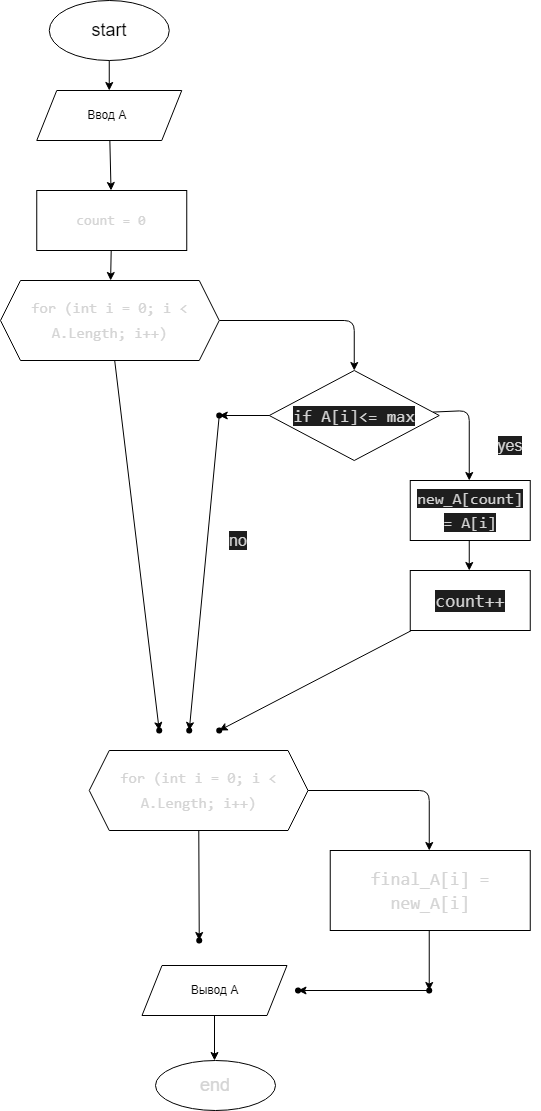
JuliaSukhova/Result keeps this draw.io diagram as itog/diagram.drawio.png. Above is the earlier version. Source tidied: cells renumbered, new cells last; positions are measured from the earlier drawing's top-left corner, leaving out a move shared by most shapes.
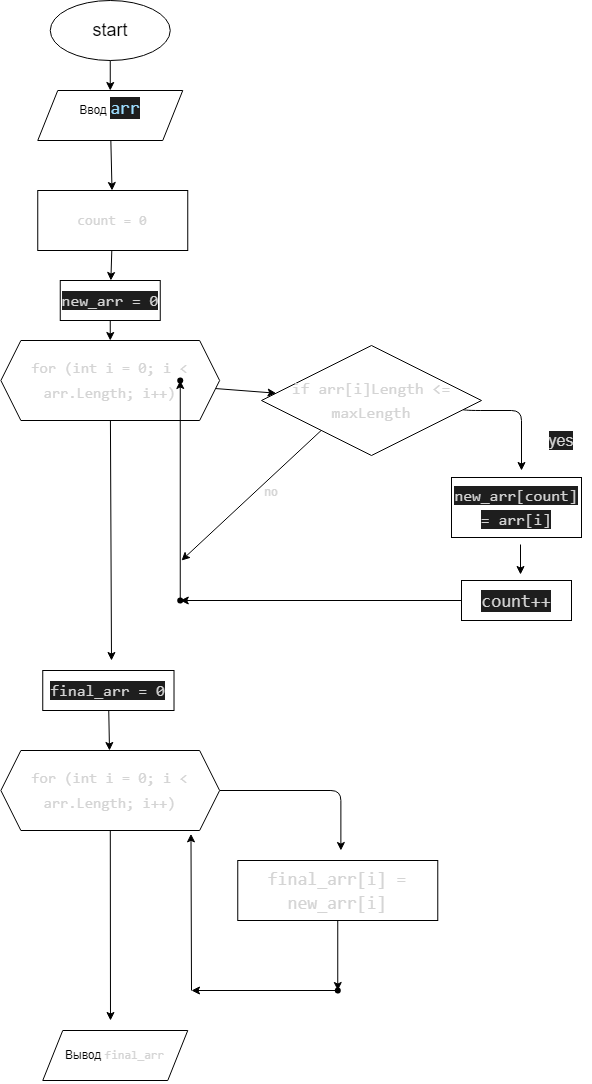
After the commit.

Commit message:
Блок схема, исправление

The edit, as a diff of the source:
```diff
@@ -13,124 +13,128 @@
     <mxCell id="4" style="edgeStyle=none;html=1;" parent="1" edge="1" source="5" target="7">
       <mxGeometry relative="1" as="geometry" />
     </mxCell>
-    <mxCell id="5" value="Ввод А&amp;nbsp;" style="shape=parallelogram;perimeter=parallelogramPerimeter;whiteSpace=wrap;html=1;fixedSize=1;" parent="1" vertex="1">
+    <mxCell id="5" value="Ввод&amp;nbsp;&lt;span style=&quot;color: rgb(156, 220, 254); background-color: rgb(30, 30, 30); font-family: Consolas, &amp;quot;Courier New&amp;quot;, monospace; font-size: 18px;&quot;&gt;arr&lt;/span&gt;&lt;br&gt;&lt;span style=&quot;background-color: initial;&quot;&gt;&amp;nbsp;&lt;/span&gt;" style="shape=parallelogram;perimeter=parallelogramPerimeter;whiteSpace=wrap;html=1;fixedSize=1;" parent="1" vertex="1">
       <mxGeometry x="36.2" y="90" width="145" height="50" as="geometry" />
     </mxCell>
-    <mxCell id="6" style="edgeStyle=none;html=1;fontSize=14;fontColor=#D4D4D4;" parent="1" edge="1" source="7" target="10">
-      <mxGeometry relative="1" as="geometry" />
-    </mxCell>
+    <mxCell id="37" style="edgeStyle=none;html=1;fontSize=12;fontColor=#D4D4D4;" parent="1" edge="1" source="7" target="48">
+      <mxGeometry relative="1" as="geometry" />
+    </mxCell>
     <mxCell id="7" value="&lt;div style=&quot;font-family: Consolas, &amp;quot;Courier New&amp;quot;, monospace; font-size: 14px; line-height: 24px;&quot;&gt;&lt;font style=&quot;&quot; color=&quot;#d4d4d4&quot;&gt;count = 0&lt;/font&gt;&lt;/div&gt;" style="whiteSpace=wrap;html=1;" parent="1" vertex="1">
       <mxGeometry x="36.2" y="190" width="150" height="60" as="geometry" />
     </mxCell>
+    <mxCell id="9" style="edgeStyle=none;html=1;fontSize=16;fontColor=#D4D4D4;" parent="1" edge="1" source="10">
+      <mxGeometry relative="1" as="geometry">
+        <mxPoint x="110" y="660" as="targetPoint" />
+      </mxGeometry>
+    </mxCell>
-    <mxCell id="8" style="edgeStyle=none;html=1;fontSize=15;fontColor=#D4D4D4;entryX=0.5;entryY=0;entryDx=0;entryDy=0;" parent="1" edge="1" source="10" target="13">
-      <mxGeometry relative="1" as="geometry">
-        <Array as="points">
-          <mxPoint x="353.8" y="320" />
-        </Array>
-      </mxGeometry>
+    <mxCell id="8" style="edgeStyle=none;html=1;fontSize=12;fontColor=#D4D4D4;" parent="1" edge="1" source="10" target="13">
+      <mxGeometry relative="1" as="geometry" />
     </mxCell>
-    <mxCell id="9" style="edgeStyle=none;html=1;fontSize=16;fontColor=#D4D4D4;entryX=-0.039;entryY=0.209;entryDx=0;entryDy=0;entryPerimeter=0;" parent="1" edge="1" source="10" target="20">
-      <mxGeometry relative="1" as="geometry" />
-    </mxCell>
-    <mxCell id="10" value="&lt;div style=&quot;font-family: Consolas, &amp;quot;Courier New&amp;quot;, monospace; line-height: 24px;&quot;&gt;&lt;font style=&quot;font-size: 15px;&quot; color=&quot;#d4d4d4&quot;&gt;for (int i = 0; i &amp;lt; A.Length; i++)&lt;/font&gt;&lt;/div&gt;" style="shape=hexagon;perimeter=hexagonPerimeter2;whiteSpace=wrap;html=1;fixedSize=1;" parent="1" vertex="1">
-      <mxGeometry y="280" width="218.8" height="80" as="geometry" />
+    <mxCell id="10" value="&lt;div style=&quot;font-family: Consolas, &amp;quot;Courier New&amp;quot;, monospace; line-height: 24px;&quot;&gt;&lt;font style=&quot;font-size: 15px;&quot; color=&quot;#d4d4d4&quot;&gt;for (int i = 0; i &amp;lt; arr.Length; i++)&lt;/font&gt;&lt;/div&gt;" style="shape=hexagon;perimeter=hexagonPerimeter2;whiteSpace=wrap;html=1;fixedSize=1;" parent="1" vertex="1">
+      <mxGeometry x="-0.6" y="340" width="218.8" height="80" as="geometry" />
     </mxCell>
     <mxCell id="11" style="edgeStyle=none;html=1;fontSize=17;fontColor=#D4D4D4;" parent="1" edge="1" source="13">
       <mxGeometry relative="1" as="geometry">
-        <mxPoint x="468.8" y="480" as="targetPoint" />
+        <mxPoint x="520" y="470" as="targetPoint" />
         <Array as="points">
           <mxPoint x="468.8" y="410" />
+          <mxPoint x="520" y="410" />
         </Array>
       </mxGeometry>
     </mxCell>
-    <mxCell id="12" style="edgeStyle=none;html=1;fontSize=16;fontColor=#D4D4D4;" parent="1" edge="1" source="13" target="22">
-      <mxGeometry relative="1" as="geometry" />
-    </mxCell>
+    <mxCell id="38" style="edgeStyle=none;html=1;fontSize=12;fontColor=#D4D4D4;" parent="1" edge="1">
+      <mxGeometry relative="1" as="geometry">
+        <mxPoint x="325" y="425" as="sourcePoint" />
+        <mxPoint x="180" y="560" as="targetPoint" />
+      </mxGeometry>
+    </mxCell>
-    <mxCell id="13" value="&lt;div style=&quot;font-family: Consolas, &amp;quot;Courier New&amp;quot;, monospace; font-size: 17px; line-height: 24px;&quot;&gt;&lt;span style=&quot;background-color: rgb(30, 30, 30);&quot;&gt;if &lt;font style=&quot;font-size: 17px;&quot;&gt;A&lt;/font&gt;[i]&amp;lt;= max&lt;/span&gt;&lt;/div&gt;" style="rhombus;whiteSpace=wrap;html=1;labelBackgroundColor=none;fontSize=15;fontColor=#D4D4D4;" parent="1" vertex="1">
-      <mxGeometry x="268.8" y="370" width="170" height="90" as="geometry" />
+    <mxCell id="13" value="&lt;div style=&quot;font-family: Consolas, &amp;quot;Courier New&amp;quot;, monospace; line-height: 24px; font-size: 16px;&quot;&gt;if arr[i]&lt;span style=&quot;&quot;&gt;Length&lt;/span&gt;&lt;span style=&quot;&quot;&gt; &lt;/span&gt;&lt;span style=&quot;&quot;&gt;&amp;lt;=&lt;/span&gt;&lt;span style=&quot;&quot;&gt; &lt;/span&gt;&lt;span style=&quot;&quot;&gt;maxLength&lt;/span&gt;&lt;/div&gt;" style="rhombus;whiteSpace=wrap;html=1;labelBackgroundColor=none;fontSize=15;fontColor=#D4D4D4;" parent="1" vertex="1">
+      <mxGeometry x="260" y="345" width="220" height="110" as="geometry" />
     </mxCell>
     <mxCell id="14" style="edgeStyle=none;html=1;fontSize=16;fontColor=#D4D4D4;" parent="1" edge="1">
       <mxGeometry relative="1" as="geometry">
-        <mxPoint x="468.8" y="540" as="sourcePoint" />
-        <mxPoint x="468.8" y="570" as="targetPoint" />
+        <mxPoint x="519" y="544" as="sourcePoint" />
+        <mxPoint x="519" y="574" as="targetPoint" />
       </mxGeometry>
     </mxCell>
-    <mxCell id="15" value="&lt;div style=&quot;font-family: Consolas, &amp;quot;Courier New&amp;quot;, monospace; font-size: 16px; line-height: 24px;&quot;&gt;&lt;span style=&quot;background-color: rgb(30, 30, 30);&quot;&gt;new_A[count] = A[i]&lt;/span&gt;&lt;/div&gt;" style="whiteSpace=wrap;html=1;fontSize=15;fontColor=#D4D4D4;labelBackgroundColor=none;" parent="1" vertex="1">
-      <mxGeometry x="409.8" y="480" width="120" height="60" as="geometry" />
+    <mxCell id="15" value="&lt;div style=&quot;font-family: Consolas, &amp;quot;Courier New&amp;quot;, monospace; font-size: 16px; line-height: 24px;&quot;&gt;&lt;span style=&quot;background-color: rgb(30, 30, 30);&quot;&gt;new_arr[count] = arr[i]&lt;/span&gt;&lt;/div&gt;" style="whiteSpace=wrap;html=1;fontSize=15;fontColor=#D4D4D4;labelBackgroundColor=none;" parent="1" vertex="1">
+      <mxGeometry x="450" y="477" width="130" height="60" as="geometry" />
     </mxCell>
-    <mxCell id="16" style="edgeStyle=none;html=1;fontSize=16;fontColor=#D4D4D4;" parent="1" edge="1" target="19">
-      <mxGeometry relative="1" as="geometry">
-        <mxPoint x="411.1" y="630" as="sourcePoint" />
-      </mxGeometry>
-    </mxCell>
+    <mxCell id="39" style="edgeStyle=none;html=1;fontSize=12;fontColor=#D4D4D4;" parent="1" edge="1" source="17" target="42">
+      <mxGeometry relative="1" as="geometry" />
+    </mxCell>
     <mxCell id="17" value="&lt;div style=&quot;font-family: Consolas, &amp;quot;Courier New&amp;quot;, monospace; font-size: 18px; line-height: 24px;&quot;&gt;&lt;span style=&quot;background-color: rgb(30, 30, 30);&quot;&gt;count++&lt;/span&gt;&lt;/div&gt;" style="whiteSpace=wrap;html=1;fontSize=15;fontColor=#D4D4D4;labelBackgroundColor=none;" parent="1" vertex="1">
-      <mxGeometry x="409.8" y="570" width="120" height="60" as="geometry" />
+      <mxGeometry x="460" y="580" width="110" height="40" as="geometry" />
     </mxCell>
     <mxCell id="18" value="yes" style="text;html=1;strokeColor=none;fillColor=none;align=center;verticalAlign=middle;whiteSpace=wrap;rounded=0;labelBackgroundColor=#1E1E1E;fontSize=16;fontColor=#D4D4D4;" parent="1" vertex="1">
-      <mxGeometry x="479.8" y="430" width="60" height="30" as="geometry" />
+      <mxGeometry x="529.8" y="425" width="60" height="30" as="geometry" />
     </mxCell>
-    <mxCell id="19" style="shape=waypoint;sketch=0;size=6;points=[];fillColor=default;perimeter=centerPerimeter;snapToPoint=1;fontSize=15;fontColor=#D4D4D4;labelBackgroundColor=none;" parent="1" vertex="1">
-      <mxGeometry x="208.8" y="720" width="20" height="20" as="geometry" />
-    </mxCell>
-    <mxCell id="20" style="shape=waypoint;sketch=0;size=6;points=[];fillColor=default;perimeter=centerPerimeter;snapToPoint=1;fontSize=15;fontColor=#D4D4D4;labelBackgroundColor=none;" parent="1" vertex="1">
-      <mxGeometry x="148.8" y="720" width="20" height="20" as="geometry" />
-    </mxCell>
-    <mxCell id="21" style="edgeStyle=none;html=1;fontSize=16;fontColor=#D4D4D4;" parent="1" edge="1" source="22" target="23">
-      <mxGeometry relative="1" as="geometry" />
-    </mxCell>
-    <mxCell id="22" style="shape=waypoint;sketch=0;size=6;points=[];fillColor=default;perimeter=centerPerimeter;snapToPoint=1;fontSize=15;fontColor=#D4D4D4;labelBackgroundColor=none;" parent="1" vertex="1">
-      <mxGeometry x="208.8" y="405" width="20" height="20" as="geometry" />
-    </mxCell>
-    <mxCell id="23" style="shape=waypoint;sketch=0;size=6;points=[];fillColor=default;perimeter=centerPerimeter;snapToPoint=1;fontSize=15;fontColor=#D4D4D4;labelBackgroundColor=none;" parent="1" vertex="1">
-      <mxGeometry x="178.8" y="720" width="20" height="20" as="geometry" />
-    </mxCell>
-    <mxCell id="24" value="no" style="text;html=1;strokeColor=none;fillColor=none;align=center;verticalAlign=middle;whiteSpace=wrap;rounded=0;labelBackgroundColor=#1E1E1E;fontSize=16;fontColor=#D4D4D4;" parent="1" vertex="1">
-      <mxGeometry x="207.8" y="525" width="60" height="30" as="geometry" />
-    </mxCell>
     <mxCell id="25" style="edgeStyle=none;html=1;fontSize=16;fontColor=#D4D4D4;" parent="1" edge="1" source="27">
       <mxGeometry relative="1" as="geometry">
-        <mxPoint x="428.7" y="850" as="targetPoint" />
+        <mxPoint x="339.4" y="850" as="targetPoint" />
         <Array as="points">
-          <mxPoint x="428.8" y="790" />
+          <mxPoint x="339.4" y="790" />
         </Array>
       </mxGeometry>
     </mxCell>
-    <mxCell id="26" style="edgeStyle=none;html=1;fontSize=16;fontColor=#D4D4D4;" parent="1" edge="1" source="27" target="30">
-      <mxGeometry relative="1" as="geometry" />
+    <mxCell id="26" style="edgeStyle=none;html=1;fontSize=16;fontColor=#D4D4D4;" parent="1" edge="1" source="27">
+      <mxGeometry relative="1" as="geometry">
+        <mxPoint x="109" y="1020" as="targetPoint" />
+      </mxGeometry>
     </mxCell>
-    <mxCell id="27" value="&lt;div style=&quot;font-family: Consolas, &amp;quot;Courier New&amp;quot;, monospace; line-height: 24px;&quot;&gt;&lt;font style=&quot;font-size: 15px;&quot; color=&quot;#d4d4d4&quot;&gt;for (int i = 0; i &amp;lt; A.Length; i++)&lt;/font&gt;&lt;/div&gt;" style="shape=hexagon;perimeter=hexagonPerimeter2;whiteSpace=wrap;html=1;fixedSize=1;" parent="1" vertex="1">
-      <mxGeometry x="88.8" y="750" width="218.8" height="80" as="geometry" />
+    <mxCell id="27" value="&lt;div style=&quot;font-family: Consolas, &amp;quot;Courier New&amp;quot;, monospace; line-height: 24px;&quot;&gt;&lt;font style=&quot;font-size: 15px;&quot; color=&quot;#d4d4d4&quot;&gt;for (int i = 0; i &amp;lt; arr.Length; i++)&lt;/font&gt;&lt;/div&gt;" style="shape=hexagon;perimeter=hexagonPerimeter2;whiteSpace=wrap;html=1;fixedSize=1;" parent="1" vertex="1">
+      <mxGeometry x="-0.6" y="750" width="218.8" height="80" as="geometry" />
     </mxCell>
-    <mxCell id="28" style="edgeStyle=none;html=1;fontSize=16;fontColor=#D4D4D4;" parent="1" edge="1" target="32">
-      <mxGeometry relative="1" as="geometry">
-        <mxPoint x="428.7" y="930" as="sourcePoint" />
-      </mxGeometry>
-    </mxCell>
+    <mxCell id="40" style="edgeStyle=none;html=1;fontSize=12;fontColor=#D4D4D4;" parent="1" edge="1" source="29" target="44">
+      <mxGeometry relative="1" as="geometry" />
+    </mxCell>
-    <mxCell id="29" value="&lt;div style=&quot;font-family: Consolas, &amp;quot;Courier New&amp;quot;, monospace; font-size: 18px; line-height: 24px;&quot;&gt;&lt;font style=&quot;&quot; color=&quot;#d4d4d4&quot;&gt;final_A[i] = new_A[i]&lt;/font&gt;&lt;/div&gt;" style="whiteSpace=wrap;html=1;" parent="1" vertex="1">
-      <mxGeometry x="329.7" y="850" width="200" height="80" as="geometry" />
+    <mxCell id="29" value="&lt;div style=&quot;font-family: Consolas, &amp;quot;Courier New&amp;quot;, monospace; font-size: 18px; line-height: 24px;&quot;&gt;&lt;font style=&quot;&quot; color=&quot;#d4d4d4&quot;&gt;final_arr[i] = new_arr[i]&lt;/font&gt;&lt;/div&gt;" style="whiteSpace=wrap;html=1;" parent="1" vertex="1">
+      <mxGeometry x="236.3" y="860" width="200" height="60" as="geometry" />
     </mxCell>
-    <mxCell id="30" style="shape=waypoint;sketch=0;size=6;points=[];fillColor=default;perimeter=centerPerimeter;snapToPoint=1;" parent="1" vertex="1">
-      <mxGeometry x="188.7" y="930" width="20" height="20" as="geometry" />
-    </mxCell>
-    <mxCell id="31" style="edgeStyle=none;html=1;fontSize=16;fontColor=#D4D4D4;" parent="1" edge="1" source="32" target="33">
-      <mxGeometry relative="1" as="geometry" />
-    </mxCell>
-    <mxCell id="32" style="shape=waypoint;sketch=0;size=6;points=[];fillColor=default;perimeter=centerPerimeter;snapToPoint=1;" parent="1" vertex="1">
-      <mxGeometry x="418.7" y="980" width="20" height="20" as="geometry" />
-    </mxCell>
-    <mxCell id="33" style="shape=waypoint;sketch=0;size=6;points=[];fillColor=default;perimeter=centerPerimeter;snapToPoint=1;" parent="1" vertex="1">
-      <mxGeometry x="287.5" y="980" width="20" height="20" as="geometry" />
-    </mxCell>
     <mxCell id="34" style="edgeStyle=none;html=1;fontSize=16;fontColor=#D4D4D4;" parent="1" edge="1" source="35">
       <mxGeometry relative="1" as="geometry">
-        <mxPoint x="214" y="1060" as="targetPoint" />
+        <mxPoint x="108.8" y="1075" as="targetPoint" />
       </mxGeometry>
     </mxCell>
-    <mxCell id="35" value="Вывод А" style="shape=parallelogram;perimeter=parallelogramPerimeter;whiteSpace=wrap;html=1;fixedSize=1;" parent="1" vertex="1">
-      <mxGeometry x="141.5" y="965" width="145" height="50" as="geometry" />
+    <mxCell id="35" value="Вывод&amp;nbsp;&lt;span style=&quot;color: rgb(212, 212, 212); font-family: Consolas, &amp;quot;Courier New&amp;quot;, monospace;&quot;&gt;&lt;font style=&quot;font-size: 12px;&quot;&gt;final_arr&lt;/font&gt;&lt;/span&gt;" style="shape=parallelogram;perimeter=parallelogramPerimeter;whiteSpace=wrap;html=1;fixedSize=1;" parent="1" vertex="1">
+      <mxGeometry x="41.2" y="1030" width="145" height="50" as="geometry" />
     </mxCell>
-    <mxCell id="36" value="end" style="ellipse;whiteSpace=wrap;html=1;fontSize=18;labelBackgroundColor=none;fontColor=#D4D4D4;" parent="1" vertex="1">
-      <mxGeometry x="155" y="1060" width="120" height="50" as="geometry" />
-    </mxCell>
+    <mxCell id="41" style="edgeStyle=none;html=1;fontSize=12;fontColor=#D4D4D4;" parent="1" edge="1" source="42" target="45">
+      <mxGeometry relative="1" as="geometry" />
+    </mxCell>
+    <mxCell id="42" style="shape=waypoint;sketch=0;size=6;points=[];fillColor=default;perimeter=centerPerimeter;snapToPoint=1;fontSize=15;fontColor=#D4D4D4;labelBackgroundColor=none;" parent="1" vertex="1">
+      <mxGeometry x="168.8" y="590" width="20" height="20" as="geometry" />
+    </mxCell>
+    <mxCell id="43" style="edgeStyle=none;html=1;fontSize=12;fontColor=#D4D4D4;exitX=0.687;exitY=-0.25;exitDx=0;exitDy=0;exitPerimeter=0;" parent="1" edge="1" source="44">
+      <mxGeometry relative="1" as="geometry">
+        <mxPoint x="190" y="990" as="targetPoint" />
+      </mxGeometry>
+    </mxCell>
+    <mxCell id="44" style="shape=waypoint;sketch=0;size=6;points=[];fillColor=default;perimeter=centerPerimeter;snapToPoint=1;" parent="1" vertex="1">
+      <mxGeometry x="326.3" y="980" width="20" height="20" as="geometry" />
+    </mxCell>
+    <mxCell id="45" style="shape=waypoint;sketch=0;size=6;points=[];fillColor=default;perimeter=centerPerimeter;snapToPoint=1;fontSize=15;fontColor=#D4D4D4;labelBackgroundColor=none;" parent="1" vertex="1">
+      <mxGeometry x="168.8" y="370" width="20" height="20" as="geometry" />
+    </mxCell>
+    <mxCell id="46" style="edgeStyle=none;html=1;fontSize=12;fontColor=#D4D4D4;entryX=0.869;entryY=1.042;entryDx=0;entryDy=0;entryPerimeter=0;" parent="1" edge="1" target="27">
+      <mxGeometry relative="1" as="geometry">
+        <mxPoint x="190" y="990" as="sourcePoint" />
+      </mxGeometry>
+    </mxCell>
+    <mxCell id="47" style="edgeStyle=none;html=1;fontSize=12;fontColor=#D4D4D4;" parent="1" edge="1" source="48" target="10">
+      <mxGeometry relative="1" as="geometry" />
+    </mxCell>
+    <mxCell id="48" value="&lt;span style=&quot;font-family: Consolas, &amp;quot;Courier New&amp;quot;, monospace; font-size: 16px;&quot;&gt;new_arr = 0&lt;/span&gt;" style="rounded=0;whiteSpace=wrap;html=1;labelBackgroundColor=#1E1E1E;fontSize=12;fontColor=#D4D4D4;" parent="1" vertex="1">
+      <mxGeometry x="58.8" y="280" width="100" height="40" as="geometry" />
+    </mxCell>
+    <mxCell id="49" style="edgeStyle=none;html=1;fontSize=12;fontColor=#D4D4D4;" parent="1" edge="1" source="50" target="27">
+      <mxGeometry relative="1" as="geometry" />
+    </mxCell>
+    <mxCell id="50" value="&lt;span style=&quot;font-family: Consolas, &amp;quot;Courier New&amp;quot;, monospace; font-size: 16px;&quot;&gt;final_arr = 0&lt;/span&gt;" style="rounded=0;whiteSpace=wrap;html=1;labelBackgroundColor=#1E1E1E;fontSize=12;fontColor=#D4D4D4;" parent="1" vertex="1">
+      <mxGeometry x="41.2" y="670" width="131.3" height="40" as="geometry" />
+    </mxCell>
+    <mxCell id="24" value="no" style="text;html=1;strokeColor=none;fillColor=none;align=center;verticalAlign=middle;whiteSpace=wrap;rounded=0;labelBackgroundColor=none;fontSize=12;fontColor=#D4D4D4;" parent="1" vertex="1">
+      <mxGeometry x="240" y="477" width="60" height="30" as="geometry" />
+    </mxCell>
   </root>
 </mxGraphModel>
```
